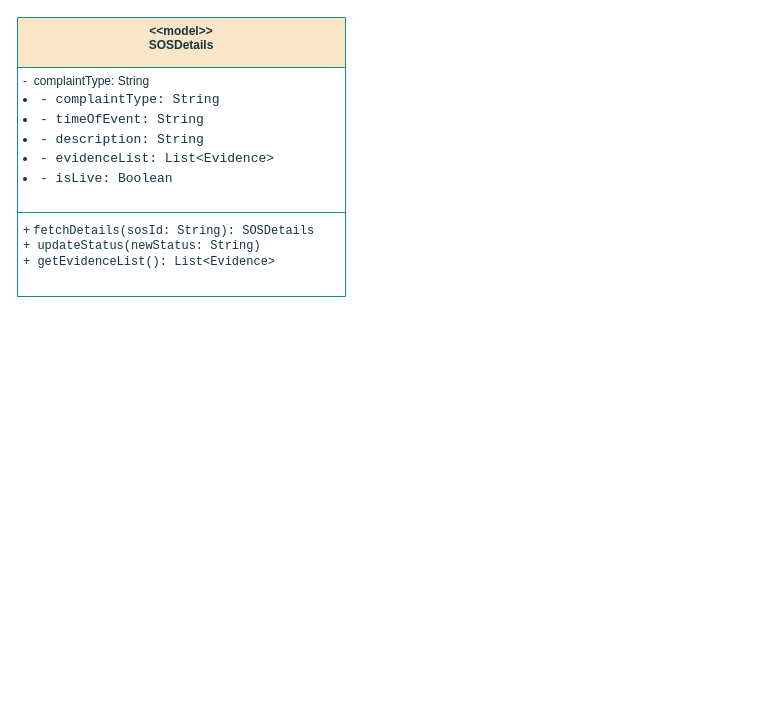
The draw.io diagram page "Page-7" (7 of 7) of Untitled Diagram.drawio in TH-014/CSE_326, before the edit. Source tidied: cells renumbered, new cells numbered last; positions are measured from the earlier drawing's top-left corner, leaving out a move shared by most shapes. Both pictures are drawn from the tidied source at 100%, with x=0, y=0 at pixel (17, 17).
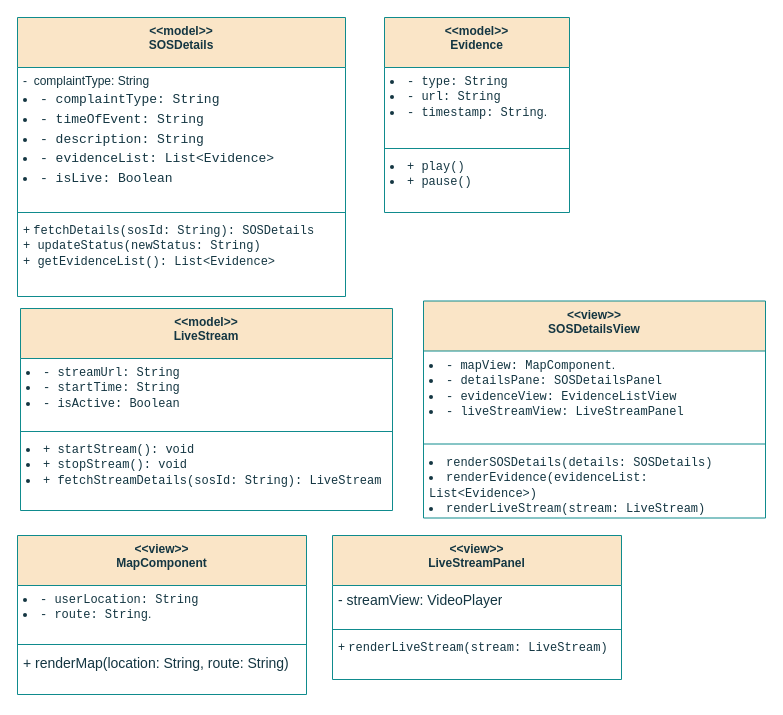
The same diagram, later.

The edit, as a diff of the source:
```diff
@@
+    <mxCell id="6" value="&lt;div&gt;&amp;lt;&amp;lt;model&amp;gt;&amp;gt;&lt;/div&gt;&lt;div&gt;Evidence&lt;br&gt;&lt;/div&gt;" style="swimlane;fontStyle=1;align=center;verticalAlign=top;horizontal=1;startSize=50;whiteSpace=wrap;html=1;strokeColor=#0F8B8D;fontColor=#143642;fillColor=#FAE5C7;" parent="1" vertex="1">
+      <mxGeometry x="367" width="185" height="195" as="geometry" />
+    </mxCell>
+    <mxCell id="7" value="&lt;li&gt;&lt;code&gt;- type: String&lt;/code&gt;&lt;/li&gt;&lt;li&gt;&lt;code&gt;- url: String&lt;/code&gt;&lt;/li&gt;&lt;li&gt;&lt;code&gt;- timestamp: String&lt;/code&gt;.&lt;/li&gt;" style="text;strokeColor=none;fillColor=none;align=left;verticalAlign=top;spacingLeft=4;spacingRight=4;overflow=hidden;whiteSpace=wrap;html=1;fontColor=#143642;" parent="6" vertex="1">
+      <mxGeometry y="50" width="185" height="77" as="geometry" />
+    </mxCell>
+    <mxCell id="8" style="line;strokeWidth=1;fillColor=none;align=left;verticalAlign=middle;spacingTop=-1;spacingLeft=3;spacingRight=3;labelPosition=right;strokeColor=inherit;fontColor=#143642;" parent="6" vertex="1">
+      <mxGeometry y="127" width="185" height="8" as="geometry" />
+    </mxCell>
+    <mxCell id="9" value="&lt;li&gt;&lt;code&gt;+ play()&lt;/code&gt;&lt;/li&gt;&lt;li&gt;&lt;code&gt;+ pause()&lt;/code&gt;&lt;/li&gt;" style="text;strokeColor=none;fillColor=none;align=left;verticalAlign=top;spacingLeft=4;spacingRight=4;overflow=hidden;whiteSpace=wrap;html=1;fontColor=#143642;" parent="6" vertex="1">
+      <mxGeometry y="135" width="185" height="60" as="geometry" />
+    </mxCell>
+    <mxCell id="10" value="&lt;div&gt;&amp;lt;&amp;lt;model&amp;gt;&amp;gt;&lt;/div&gt;&lt;div&gt; LiveStream&lt;/div&gt;" style="swimlane;fontStyle=1;align=center;verticalAlign=top;horizontal=1;startSize=50;whiteSpace=wrap;html=1;strokeColor=#0F8B8D;fontColor=#143642;fillColor=#FAE5C7;" parent="1" vertex="1">
+      <mxGeometry x="3" y="291" width="372" height="202" as="geometry" />
+    </mxCell>
+    <mxCell id="11" value="&lt;li&gt;&lt;code&gt;- streamUrl: String&lt;/code&gt;&lt;/li&gt;&lt;li&gt;&lt;code&gt;- startTime: String&lt;/code&gt;&lt;/li&gt;&lt;li&gt;&lt;code&gt;- isActive: Boolean&lt;/code&gt;&lt;/li&gt;" style="text;strokeColor=none;fillColor=none;align=left;verticalAlign=top;spacingLeft=4;spacingRight=4;overflow=hidden;whiteSpace=wrap;html=1;fontColor=#143642;" parent="10" vertex="1">
+      <mxGeometry y="50" width="372" height="69" as="geometry" />
+    </mxCell>
+    <mxCell id="12" style="line;strokeWidth=1;fillColor=none;align=left;verticalAlign=middle;spacingTop=-1;spacingLeft=3;spacingRight=3;labelPosition=right;strokeColor=inherit;fontColor=#143642;" parent="10" vertex="1">
+      <mxGeometry y="119" width="372" height="8" as="geometry" />
+    </mxCell>
+    <mxCell id="13" value="&lt;li&gt;&lt;code&gt;+ startStream(): void&lt;/code&gt;&lt;/li&gt;&lt;li&gt;&lt;code&gt;+ stopStream(): void&lt;/code&gt;&lt;br&gt;&lt;/li&gt;&lt;li&gt;&lt;code&gt;+ fetchStreamDetails(sosId: String): LiveStream&lt;/code&gt;&lt;br&gt;&lt;/li&gt;" style="text;strokeColor=none;fillColor=none;align=left;verticalAlign=top;spacingLeft=4;spacingRight=4;overflow=hidden;whiteSpace=wrap;html=1;fontColor=#143642;" parent="10" vertex="1">
+      <mxGeometry y="127" width="372" height="75" as="geometry" />
+    </mxCell>
+    <mxCell id="14" value="&lt;div&gt;&amp;lt;&amp;lt;view&amp;gt;&amp;gt;&lt;/div&gt;&lt;div&gt; SOSDetailsView&lt;/div&gt;" style="swimlane;fontStyle=1;align=center;verticalAlign=top;horizontal=1;startSize=50;whiteSpace=wrap;html=1;strokeColor=#0F8B8D;fontColor=#143642;fillColor=#FAE5C7;" parent="1" vertex="1">
+      <mxGeometry x="406" y="283.5" width="342" height="217" as="geometry" />
+    </mxCell>
+    <mxCell id="15" value="&lt;li&gt;&lt;code&gt;- mapView: MapComponent&lt;/code&gt;.&lt;/li&gt;&lt;li&gt;&lt;code&gt;- detailsPane: SOSDetailsPanel&lt;/code&gt;&lt;br&gt;&lt;/li&gt;&lt;li&gt;&lt;code&gt;- evidenceView: EvidenceListView&lt;/code&gt;&lt;br&gt;&lt;/li&gt;&lt;li&gt;&lt;code&gt;- liveStreamView: LiveStreamPanel&lt;/code&gt;&lt;br&gt;&lt;/li&gt;" style="text;strokeColor=none;fillColor=none;align=left;verticalAlign=top;spacingLeft=4;spacingRight=4;overflow=hidden;whiteSpace=wrap;html=1;fontColor=#143642;" parent="14" vertex="1">
+      <mxGeometry y="50" width="342" height="89" as="geometry" />
+    </mxCell>
+    <mxCell id="16" style="line;strokeWidth=1;fillColor=none;align=left;verticalAlign=middle;spacingTop=-1;spacingLeft=3;spacingRight=3;labelPosition=right;strokeColor=inherit;fontColor=#143642;" parent="14" vertex="1">
+      <mxGeometry y="139" width="342" height="8" as="geometry" />
+    </mxCell>
+    <mxCell id="17" value="&lt;li&gt;&lt;code&gt;renderSOSDetails(details: SOSDetails)&lt;/code&gt;&lt;br&gt;&lt;/li&gt;&lt;li&gt;&lt;code&gt;renderEvidence(evidenceList: List&amp;lt;Evidence&amp;gt;)&lt;/code&gt;&lt;br&gt;&lt;/li&gt;&lt;li&gt;&lt;code&gt;renderLiveStream(stream: LiveStream)&lt;/code&gt;&lt;br&gt;&lt;/li&gt;" style="text;strokeColor=none;fillColor=none;align=left;verticalAlign=top;spacingLeft=4;spacingRight=4;overflow=hidden;whiteSpace=wrap;html=1;fontColor=#143642;" parent="14" vertex="1">
+      <mxGeometry y="147" width="342" height="70" as="geometry" />
+    </mxCell>
+    <mxCell id="18" value="&lt;div&gt;&amp;lt;&amp;lt;view&amp;gt;&amp;gt;&lt;/div&gt;&lt;div&gt;MapComponent&lt;/div&gt;" style="swimlane;fontStyle=1;align=center;verticalAlign=top;horizontal=1;startSize=50;whiteSpace=wrap;html=1;strokeColor=#0F8B8D;fontColor=#143642;fillColor=#FAE5C7;" parent="1" vertex="1">
+      <mxGeometry y="518" width="289" height="159" as="geometry" />
+    </mxCell>
+    <mxCell id="19" value="&lt;li&gt;&lt;code&gt;- userLocation: String&lt;/code&gt;&lt;/li&gt;&lt;li&gt;&lt;code&gt;- route: String&lt;/code&gt;.&lt;/li&gt;" style="text;strokeColor=none;fillColor=none;align=left;verticalAlign=top;spacingLeft=4;spacingRight=4;overflow=hidden;whiteSpace=wrap;html=1;fontColor=#143642;" parent="18" vertex="1">
+      <mxGeometry y="50" width="289" height="55" as="geometry" />
+    </mxCell>
+    <mxCell id="20" style="line;strokeWidth=1;fillColor=none;align=left;verticalAlign=middle;spacingTop=-1;spacingLeft=3;spacingRight=3;labelPosition=right;strokeColor=inherit;fontColor=#143642;" parent="18" vertex="1">
+      <mxGeometry y="105" width="289" height="8" as="geometry" />
+    </mxCell>
+    <mxCell id="21" value="&lt;font style=&quot;font-size: 14px;&quot;&gt;+ renderMap(location: String, route: String)&lt;/font&gt;" style="text;strokeColor=none;fillColor=none;align=left;verticalAlign=top;spacingLeft=4;spacingRight=4;overflow=hidden;whiteSpace=wrap;html=1;fontColor=#143642;" parent="18" vertex="1">
+      <mxGeometry y="113" width="289" height="46" as="geometry" />
+    </mxCell>
+    <mxCell id="22" value="&lt;div&gt;&amp;lt;&amp;lt;view&amp;gt;&amp;gt;&lt;/div&gt;&lt;div&gt;LiveStreamPanel&lt;/div&gt;" style="swimlane;fontStyle=1;align=center;verticalAlign=top;horizontal=1;startSize=50;whiteSpace=wrap;html=1;strokeColor=#0F8B8D;fontColor=#143642;fillColor=#FAE5C7;" parent="1" vertex="1">
+      <mxGeometry x="315" y="518" width="289" height="144" as="geometry" />
+    </mxCell>
+    <mxCell id="23" value="&lt;font style=&quot;font-size: 14px;&quot;&gt;- streamView: VideoPlayer&lt;/font&gt;" style="text;strokeColor=none;fillColor=none;align=left;verticalAlign=top;spacingLeft=4;spacingRight=4;overflow=hidden;whiteSpace=wrap;html=1;fontColor=#143642;" parent="22" vertex="1">
+      <mxGeometry y="50" width="289" height="40" as="geometry" />
+    </mxCell>
+    <mxCell id="24" style="line;strokeWidth=1;fillColor=none;align=left;verticalAlign=middle;spacingTop=-1;spacingLeft=3;spacingRight=3;labelPosition=right;strokeColor=inherit;fontColor=#143642;" parent="22" vertex="1">
+      <mxGeometry y="90" width="289" height="8" as="geometry" />
+    </mxCell>
+    <mxCell id="25" value="+ &lt;code&gt;renderLiveStream(stream: LiveStream)&lt;br&gt;&lt;/code&gt;" style="text;strokeColor=none;fillColor=none;align=left;verticalAlign=top;spacingLeft=4;spacingRight=4;overflow=hidden;whiteSpace=wrap;html=1;fontColor=#143642;" parent="22" vertex="1">
+      <mxGeometry y="98" width="289" height="46" as="geometry" />
+    </mxCell>
```
